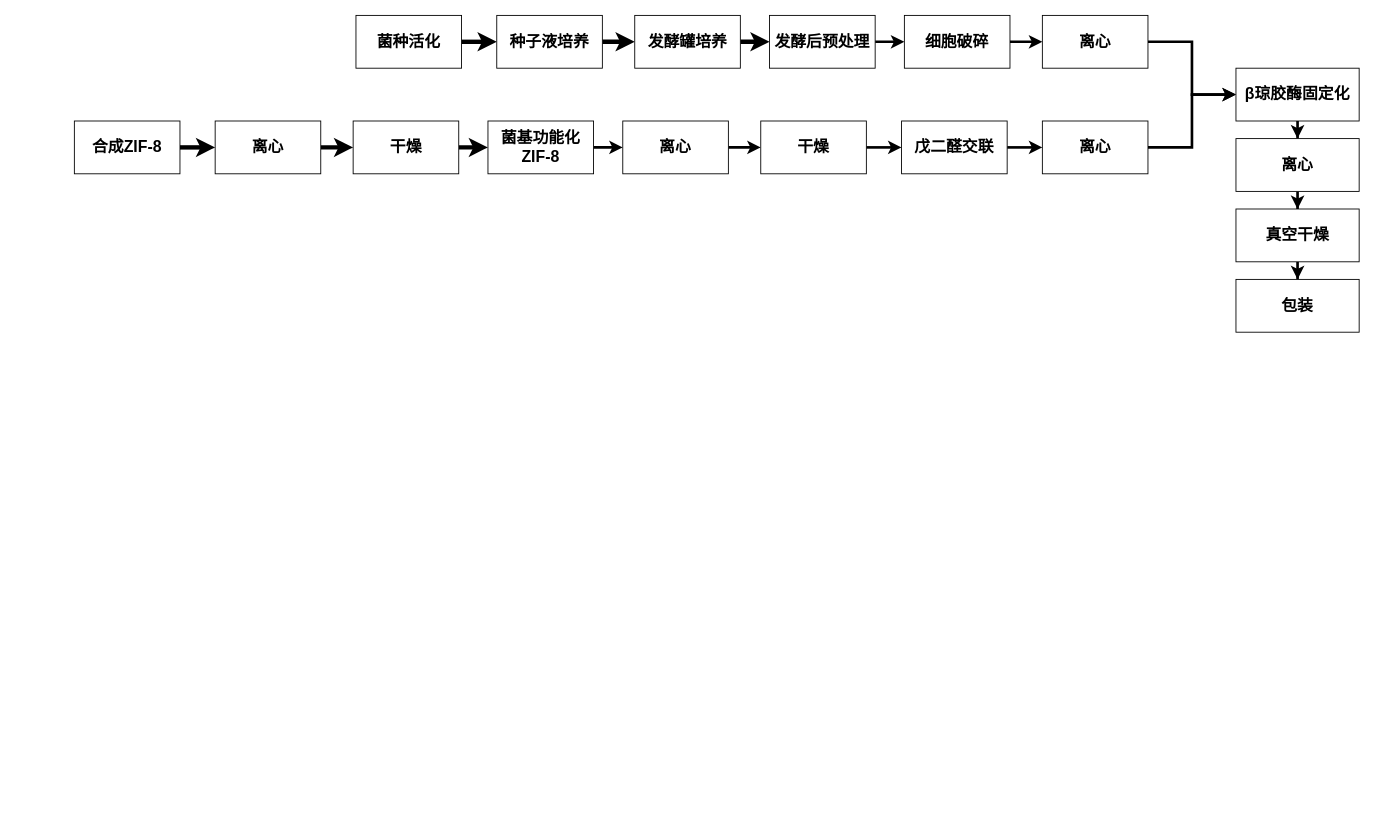
Earlier version of the draw.io diagram Untitled Diagram.drawio (YipengZou/ArcaneVisualize). Source tidied: cells renumbered, new cells numbered last; positions are measured from the earlier drawing's top-left corner, leaving out a move shared by most shapes. Both pictures are drawn from the tidied source at 88%, with x=0, y=0 at pixel (74, 15).
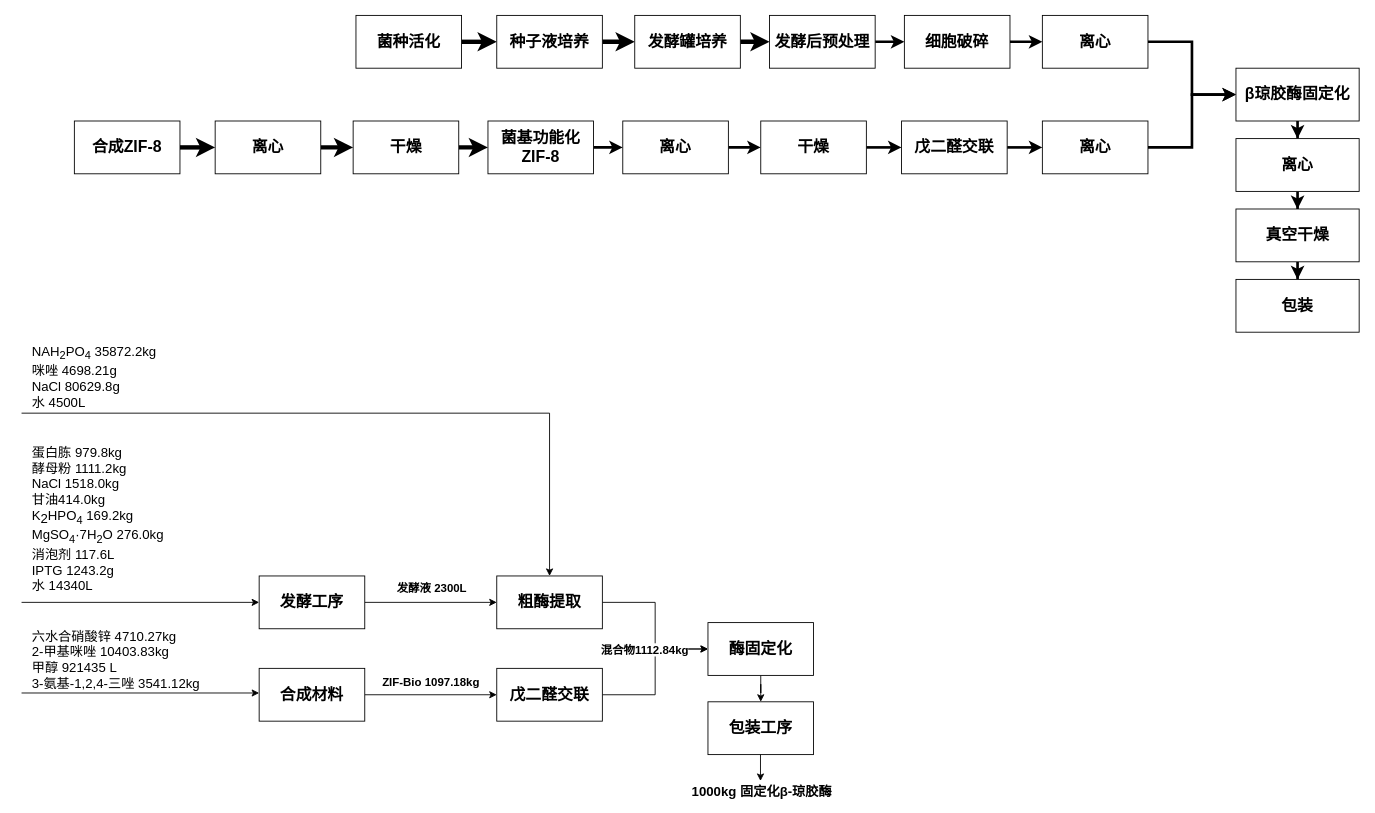
Above is the later version.

What changed in the source:
```diff
@@
+    <mxCell id="37" style="edgeStyle=orthogonalEdgeStyle;rounded=0;jettySize=auto;html=1;" parent="1" edge="1" source="39" target="41">
+      <mxGeometry relative="1" as="geometry" />
+    </mxCell>
+    <mxCell id="38" value="发酵液 2300L" style="edgeLabel;html=1;align=center;verticalAlign=middle;fontSize=13;fontStyle=1;" parent="37" vertex="1">
+      <mxGeometry x="-0.28" y="1" relative="1" as="geometry">
+        <mxPoint x="21" y="-16" as="offset" />
+      </mxGeometry>
+    </mxCell>
+    <mxCell id="39" value="&lt;font face=&quot;Noto Serif Simplified Chinese&quot;&gt;&lt;span style=&quot;font-size: 18px;&quot;&gt;&lt;b&gt;发酵工序&lt;/b&gt;&lt;/span&gt;&lt;/font&gt;" style="rounded=0;whiteSpace=wrap;html=1;" parent="1" vertex="1">
+      <mxGeometry x="210" y="637" width="120" height="60" as="geometry" />
+    </mxCell>
+    <mxCell id="40" style="edgeStyle=orthogonalEdgeStyle;rounded=0;jettySize=auto;html=1;entryX=0;entryY=0.5;entryDx=0;entryDy=0;" parent="1" edge="1" source="41" target="54">
+      <mxGeometry relative="1" as="geometry" />
+    </mxCell>
+    <mxCell id="41" value="&lt;font face=&quot;Noto Serif Simplified Chinese&quot;&gt;&lt;span style=&quot;font-size: 18px;&quot;&gt;&lt;b&gt;粗酶提取&lt;/b&gt;&lt;/span&gt;&lt;/font&gt;" style="rounded=0;whiteSpace=wrap;html=1;" parent="1" vertex="1">
+      <mxGeometry x="480" y="637" width="120" height="60" as="geometry" />
+    </mxCell>
+    <mxCell id="42" style="edgeStyle=orthogonalEdgeStyle;rounded=0;jettySize=auto;html=1;" parent="1" edge="1" source="43" target="45">
+      <mxGeometry relative="1" as="geometry" />
+    </mxCell>
+    <mxCell id="43" value="&lt;font face=&quot;Noto Serif Simplified Chinese&quot;&gt;&lt;span style=&quot;font-size: 18px;&quot;&gt;&lt;b&gt;合成材料&lt;/b&gt;&lt;/span&gt;&lt;/font&gt;" style="rounded=0;whiteSpace=wrap;html=1;" parent="1" vertex="1">
+      <mxGeometry x="210" y="742" width="120" height="60" as="geometry" />
+    </mxCell>
+    <mxCell id="44" style="edgeStyle=orthogonalEdgeStyle;rounded=0;jettySize=auto;html=1;entryX=0;entryY=0.5;entryDx=0;entryDy=0;" parent="1" edge="1" source="45" target="54">
+      <mxGeometry relative="1" as="geometry" />
+    </mxCell>
+    <mxCell id="45" value="&lt;font face=&quot;Noto Serif Simplified Chinese&quot;&gt;&lt;span style=&quot;font-size: 18px;&quot;&gt;&lt;b&gt;戊二醛交联&lt;/b&gt;&lt;/span&gt;&lt;/font&gt;" style="rounded=0;whiteSpace=wrap;html=1;" parent="1" vertex="1">
+      <mxGeometry x="480" y="742" width="120" height="60" as="geometry" />
+    </mxCell>
+    <mxCell id="46" style="endArrow=classic;html=1;rounded=0;entryX=0;entryY=0.5;entryDx=0;entryDy=0;" parent="1" edge="1" target="39">
+      <mxGeometry relative="1" as="geometry">
+        <mxPoint x="-60" y="667" as="sourcePoint" />
+      </mxGeometry>
+    </mxCell>
+    <mxCell id="47" value="&lt;div style=&quot;&quot;&gt;&lt;span style=&quot;font-size: 15px; font-family: &amp;quot;Noto Serif Simplified Chinese&amp;quot;; background-color: initial;&quot;&gt;蛋白胨 979.8kg&lt;/span&gt;&lt;/div&gt;&lt;font face=&quot;Noto Serif Simplified Chinese&quot;&gt;&lt;div style=&quot;&quot;&gt;&lt;span style=&quot;font-size: 15px; background-color: initial;&quot;&gt;酵母粉 1111.2kg&lt;/span&gt;&lt;/div&gt;&lt;div style=&quot;font-size: 15px;&quot;&gt;&lt;span style=&quot;background-color: initial;&quot;&gt;NaCl 1518.0kg&lt;/span&gt;&lt;/div&gt;&lt;div style=&quot;font-size: 15px;&quot;&gt;&lt;span style=&quot;background-color: initial;&quot;&gt;甘油414.0kg&lt;/span&gt;&lt;/div&gt;&lt;div style=&quot;&quot;&gt;&lt;span style=&quot;font-size: 15px;&quot;&gt;K&lt;/span&gt;&lt;sub style=&quot;font-size: 15px;&quot;&gt;2&lt;/sub&gt;&lt;span style=&quot;font-size: 15px;&quot;&gt;HPO&lt;sub&gt;4&lt;/sub&gt; 169.2kg&lt;/span&gt;&lt;/div&gt;&lt;div style=&quot;&quot;&gt;&lt;font style=&quot;font-size: 15px;&quot;&gt;MgSO&lt;sub&gt;4&lt;/sub&gt;·7H&lt;sub&gt;2&lt;/sub&gt;O 276.0kg&lt;/font&gt;&lt;/div&gt;&lt;div style=&quot;&quot;&gt;&lt;span style=&quot;font-size: 15px;&quot;&gt;消泡剂 117.6L&lt;/span&gt;&lt;/div&gt;&lt;div style=&quot;&quot;&gt;&lt;span style=&quot;font-size: 15px;&quot;&gt;IPTG 1243.2g&lt;/span&gt;&lt;/div&gt;&lt;div style=&quot;&quot;&gt;&lt;span style=&quot;font-size: 15px;&quot;&gt;水 14340L&lt;/span&gt;&lt;/div&gt;&lt;/font&gt;" style="rounded=0;whiteSpace=wrap;html=1;align=left;strokeColor=none;fillColor=none;" parent="1" vertex="1">
+      <mxGeometry x="-50" y="482" width="200" height="180" as="geometry" />
+    </mxCell>
+    <mxCell id="48" style="endArrow=classic;html=1;rounded=0;entryX=0.5;entryY=0;entryDx=0;entryDy=0;" parent="1" edge="1" target="41">
+      <mxGeometry relative="1" as="geometry">
+        <mxPoint x="-60" y="452" as="sourcePoint" />
+        <Array as="points">
+          <mxPoint x="540" y="452" />
+        </Array>
+      </mxGeometry>
+    </mxCell>
+    <mxCell id="49" value="&lt;div style=&quot;&quot;&gt;&lt;font face=&quot;Noto Serif Simplified Chinese&quot;&gt;&lt;span style=&quot;font-size: 15px;&quot;&gt;NAH&lt;sub&gt;2&lt;/sub&gt;PO&lt;sub&gt;4&lt;/sub&gt; 35872.2kg&lt;/span&gt;&lt;/font&gt;&lt;/div&gt;&lt;font style=&quot;font-size: 15px;&quot; face=&quot;Noto Serif Simplified Chinese&quot;&gt;咪唑&amp;nbsp;&lt;/font&gt;&lt;span style=&quot;font-size: 15px; font-family: &amp;quot;Noto Serif Simplified Chinese&amp;quot;; background-color: initial;&quot;&gt;4698.21g&lt;/span&gt;&lt;font face=&quot;Noto Serif Simplified Chinese&quot;&gt;&lt;br&gt;&lt;/font&gt;&lt;div style=&quot;&quot;&gt;&lt;font face=&quot;Noto Serif Simplified Chinese&quot;&gt;&lt;span style=&quot;font-size: 15px;&quot;&gt;NaCl 80629.8g&lt;/span&gt;&lt;/font&gt;&lt;/div&gt;&lt;div style=&quot;&quot;&gt;&lt;font face=&quot;Noto Serif Simplified Chinese&quot;&gt;&lt;span style=&quot;font-size: 15px;&quot;&gt;水 4500L&lt;/span&gt;&lt;/font&gt;&lt;/div&gt;" style="rounded=0;whiteSpace=wrap;html=1;align=left;strokeColor=none;fillColor=none;" parent="1" vertex="1">
+      <mxGeometry x="-50" y="370" width="200" height="80" as="geometry" />
+    </mxCell>
+    <mxCell id="50" value="&lt;b style=&quot;border-color: var(--border-color); background-color: rgb(255, 255, 255);&quot;&gt;&lt;font style=&quot;font-size: 13px;&quot;&gt;ZIF-Bio 1097.18kg&lt;/font&gt;&lt;/b&gt;" style="text;html=1;align=center;verticalAlign=middle;strokeColor=none;fillColor=none;" parent="1" vertex="1">
+      <mxGeometry x="340" y="742" width="130" height="30" as="geometry" />
+    </mxCell>
+    <mxCell id="51" style="endArrow=classic;html=1;rounded=0;entryX=0;entryY=0.5;entryDx=0;entryDy=0;" parent="1" edge="1">
+      <mxGeometry relative="1" as="geometry">
+        <mxPoint x="-60" y="770" as="sourcePoint" />
+        <mxPoint x="210" y="770" as="targetPoint" />
+      </mxGeometry>
+    </mxCell>
+    <mxCell id="52" value="&lt;div style=&quot;&quot;&gt;&lt;font face=&quot;Noto Serif Simplified Chinese&quot;&gt;&lt;span style=&quot;font-size: 15px;&quot;&gt;六水合硝酸锌 4710.27kg&lt;/span&gt;&lt;/font&gt;&lt;/div&gt;&lt;div style=&quot;&quot;&gt;&lt;font face=&quot;Noto Serif Simplified Chinese&quot;&gt;&lt;span style=&quot;font-size: 15px;&quot;&gt;2-甲基咪唑 10403.83kg&lt;/span&gt;&lt;/font&gt;&lt;/div&gt;&lt;div style=&quot;&quot;&gt;&lt;font face=&quot;Noto Serif Simplified Chinese&quot;&gt;&lt;span style=&quot;font-size: 15px;&quot;&gt;甲醇 921435 L&lt;/span&gt;&lt;/font&gt;&lt;/div&gt;&lt;font style=&quot;font-size: 15px;&quot; face=&quot;Noto Serif Simplified Chinese&quot;&gt;3-氨基-1,2,4-三唑&amp;nbsp;&lt;/font&gt;&lt;span style=&quot;font-size: 15px; font-family: &amp;quot;Noto Serif Simplified Chinese&amp;quot;; background-color: initial;&quot;&gt;3541.12kg&lt;/span&gt;&lt;font style=&quot;font-size: 15px;&quot; face=&quot;Noto Serif Simplified Chinese&quot;&gt;&lt;br&gt;&lt;/font&gt;" style="rounded=0;whiteSpace=wrap;html=1;align=left;strokeColor=none;fillColor=none;" parent="1" vertex="1">
+      <mxGeometry x="-50" y="690" width="210" height="84" as="geometry" />
+    </mxCell>
+    <mxCell id="53" style="edgeStyle=orthogonalEdgeStyle;rounded=0;jettySize=auto;html=1;" parent="1" edge="1" source="54" target="56">
+      <mxGeometry relative="1" as="geometry" />
+    </mxCell>
+    <mxCell id="54" value="&lt;font face=&quot;Noto Serif Simplified Chinese&quot;&gt;&lt;span style=&quot;font-size: 18px;&quot;&gt;&lt;b&gt;酶固定化&lt;/b&gt;&lt;/span&gt;&lt;/font&gt;" style="rounded=0;whiteSpace=wrap;html=1;" parent="1" vertex="1">
+      <mxGeometry x="720" y="690" width="120" height="60" as="geometry" />
+    </mxCell>
+    <mxCell id="55" value="混合物1112.84kg" style="edgeLabel;html=1;align=center;verticalAlign=middle;fontSize=13;fontStyle=1;" parent="1" vertex="1">
+      <mxGeometry x="647" y="720" as="geometry" />
+    </mxCell>
+    <mxCell id="56" value="&lt;font face=&quot;Noto Serif Simplified Chinese&quot;&gt;&lt;span style=&quot;font-size: 18px;&quot;&gt;&lt;b&gt;包装工序&lt;/b&gt;&lt;/span&gt;&lt;/font&gt;" style="rounded=0;whiteSpace=wrap;html=1;" parent="1" vertex="1">
+      <mxGeometry x="720" y="780" width="120" height="60" as="geometry" />
+    </mxCell>
+    <mxCell id="57" style="edgeStyle=orthogonalEdgeStyle;rounded=0;orthogonalLoop=1;jettySize=auto;html=1;" parent="1" edge="1">
+      <mxGeometry relative="1" as="geometry">
+        <mxPoint x="779.7" y="840" as="sourcePoint" />
+        <mxPoint x="779.7" y="870" as="targetPoint" />
+      </mxGeometry>
+    </mxCell>
+    <mxCell id="58" value="&lt;font style=&quot;font-size: 15px;&quot;&gt;1000kg 固定化β-琼胶酶&lt;/font&gt;" style="edgeLabel;html=1;align=center;verticalAlign=middle;fontSize=13;fontStyle=1;" parent="1" vertex="1">
+      <mxGeometry x="780" y="880" as="geometry" />
+    </mxCell>
```
